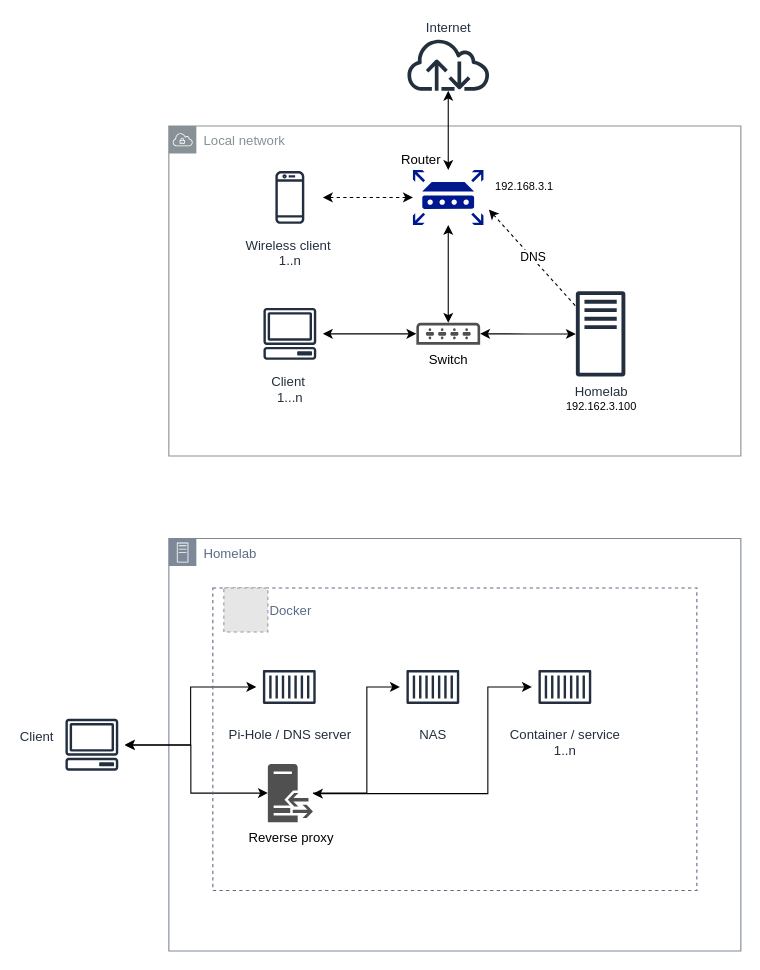
Earlier version of the draw.io diagram local_network.drawio (martimik/homelab-infrastructure-as-code). Source tidied: cells renumbered, new cells numbered last; positions are measured from the earlier drawing's top-left corner, leaving out a move shared by most shapes. Both pictures are drawn from the tidied source at 110%, with x=0, y=0 at pixel (58, 37). Pictures stored in the file or linked from it are replaced by grey dashed boxes.
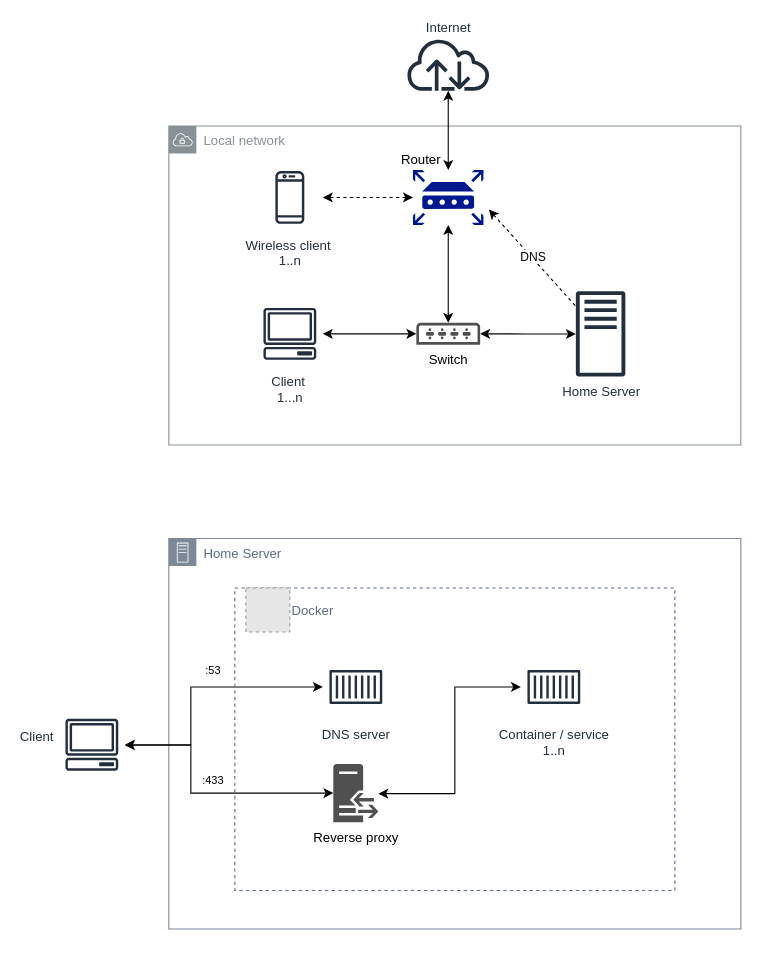
The same page after the edit.

Commit message (it also covers changes not shown here):
Add infratructure diagram image

The change refers to these unchanged cells:
```xml
<mxCell id="19" value="&lt;div&gt;Client&amp;nbsp;&lt;/div&gt;&lt;div&gt;&lt;br&gt;&lt;/div&gt;" style="sketch=0;outlineConnect=0;fontColor=#232F3E;gradientColor=none;strokeColor=#232F3E;fillColor=none;dashed=0;verticalLabelPosition=middle;verticalAlign=middle;align=right;html=1;fontSize=12;fontStyle=0;shape=mxgraph.aws4.resourceIcon;resIcon=mxgraph.aws4.client;labelPosition=left;" parent="1" vertex="1">
  <mxGeometry y="612.5" width="60" height="60" as="geometry" />
</mxCell>
```

The edit, as a diff of the source:
```diff
@@
     <mxCell id="2" value="&lt;div&gt;Local network&lt;/div&gt;" style="sketch=0;gradientColor=none;html=1;whiteSpace=wrap;fontSize=12;fontStyle=0;shape=mxgraph.aws4.group;grIcon=mxgraph.aws4.group_vpc;strokeColor=#879196;fillColor=none;verticalAlign=top;align=left;spacingLeft=30;fontColor=#879196;dashed=0;" parent="1" vertex="1">
-      <mxGeometry x="100" y="80" width="520" height="300" as="geometry" />
+      <mxGeometry x="100" y="80" width="520" height="290" as="geometry" />
     </mxCell>
@@
-    <mxCell id="13" value="&lt;div&gt;Homelab&lt;/div&gt;" style="sketch=0;outlineConnect=0;fontColor=#232F3E;gradientColor=none;fillColor=#232F3D;strokeColor=none;dashed=0;verticalLabelPosition=bottom;verticalAlign=top;align=center;html=1;fontSize=12;fontStyle=0;shape=mxgraph.aws4.traditional_server;" parent="1" vertex="1">
+    <mxCell id="13" value="&lt;div&gt;Home Server&lt;/div&gt;&lt;div&gt;&lt;br&gt;&lt;/div&gt;" style="sketch=0;outlineConnect=0;fontColor=#232F3E;gradientColor=none;fillColor=#232F3D;strokeColor=none;dashed=0;verticalLabelPosition=bottom;verticalAlign=top;align=center;html=1;fontSize=12;fontStyle=0;shape=mxgraph.aws4.traditional_server;" parent="1" vertex="1">
       <mxGeometry x="470" y="230" width="45" height="78" as="geometry" />
     </mxCell>
@@
-    <mxCell id="16" value="192.162.3.100" style="text;html=1;align=center;verticalAlign=middle;strokeColor=none;fillColor=none;fontSize=10;" parent="1" vertex="1">
-      <mxGeometry x="447.5" y="320" width="90" height="30" as="geometry" />
-    </mxCell>
-    <mxCell id="17" value="&lt;div style=&quot;font-size: 10px;&quot;&gt;192.168.3.1&lt;/div&gt;" style="text;html=1;align=center;verticalAlign=middle;strokeColor=none;fillColor=none;" parent="1" vertex="1">
-      <mxGeometry x="383" y="120" width="80" height="30" as="geometry" />
-    </mxCell>
-    <mxCell id="18" value="&lt;div&gt;Homelab&lt;/div&gt;" style="gradientColor=none;html=1;whiteSpace=wrap;fontSize=12;fontStyle=0;shape=mxgraph.aws4.group;grIcon=mxgraph.aws4.group_on_premise;strokeColor=#7D8998;fillColor=none;verticalAlign=top;align=left;spacingLeft=30;fontColor=#5A6C86;dashed=0;" parent="1" vertex="1">
-      <mxGeometry x="100" y="455" width="520" height="375" as="geometry" />
+    <mxCell id="18" value="Home Server" style="gradientColor=none;html=1;whiteSpace=wrap;fontSize=12;fontStyle=0;shape=mxgraph.aws4.group;grIcon=mxgraph.aws4.group_on_premise;strokeColor=#7D8998;fillColor=none;verticalAlign=top;align=left;spacingLeft=30;fontColor=#5A6C86;dashed=0;" parent="1" vertex="1">
+      <mxGeometry x="100" y="455" width="520" height="355" as="geometry" />
     </mxCell>
@@
     <mxCell id="20" style="edgeStyle=orthogonalEdgeStyle;rounded=0;jettySize=auto;html=1;startArrow=classic;startFill=1;" parent="1" edge="1" source="19" target="24">
-      <mxGeometry relative="1" as="geometry" />
+      <mxGeometry relative="1" as="geometry">
+        <Array as="points">
+          <mxPoint x="120" y="643" />
+          <mxPoint x="120" y="590" />
+        </Array>
+      </mxGeometry>
     </mxCell>
     <mxCell id="21" style="edgeStyle=orthogonalEdgeStyle;rounded=0;jettySize=auto;html=1;startArrow=classic;startFill=1;endArrow=classic;endFill=1;" parent="1" edge="1" source="26" target="19">
       <mxGeometry relative="1" as="geometry">
         <Array as="points">
-          <mxPoint x="120" y="687" />
+          <mxPoint x="120" y="686" />
           <mxPoint x="120" y="643" />
         </Array>
       </mxGeometry>
     </mxCell>
     <mxCell id="22" value="&lt;div style=&quot;padding-left: 50px; padding-top: 7px;&quot;&gt;Docker&lt;/div&gt;" style="fillColor=none;strokeColor=#5A6C86;dashed=1;verticalAlign=top;fontStyle=0;fontColor=#5A6C86;whiteSpace=wrap;html=1;align=left;" parent="1" vertex="1">
-      <mxGeometry x="140" y="500" width="440" height="275" as="geometry" />
+      <mxGeometry x="160" y="500" width="400" height="275" as="geometry" />
     </mxCell>
     <mxCell id="23" style="fillColor=#E6E6E6;strokeColor=#999999;dashed=1;html=1;verticalAlign=top;verticalLabelPosition=bottom;labelBackgroundColor=#ffffff;" parent="1" vertex="1">
-      <mxGeometry x="150" y="500" width="40" height="40" as="geometry" />
+      <mxGeometry x="170" y="500" width="40" height="40" as="geometry" />
     </mxCell>
-    <mxCell id="24" value="&lt;div&gt;Pi-Hole / DNS server&lt;/div&gt;&lt;div&gt;&lt;br&gt;&lt;/div&gt;" style="sketch=0;outlineConnect=0;fontColor=#232F3E;gradientColor=none;strokeColor=#232F3E;fillColor=none;dashed=0;verticalLabelPosition=bottom;verticalAlign=top;align=center;html=1;fontSize=12;fontStyle=0;shape=mxgraph.aws4.resourceIcon;resIcon=mxgraph.aws4.container_1;labelPosition=center;" parent="1" vertex="1">
-      <mxGeometry x="179.5" y="560" width="60" height="60" as="geometry" />
+    <mxCell id="24" value="&lt;div&gt;DNS server&lt;/div&gt;&lt;div&gt;&lt;br&gt;&lt;/div&gt;" style="sketch=0;outlineConnect=0;fontColor=#232F3E;gradientColor=none;strokeColor=#232F3E;fillColor=none;dashed=0;verticalLabelPosition=bottom;verticalAlign=top;align=center;html=1;fontSize=12;fontStyle=0;shape=mxgraph.aws4.resourceIcon;resIcon=mxgraph.aws4.container_1;labelPosition=center;" parent="1" vertex="1">
+      <mxGeometry x="240" y="560" width="60" height="60" as="geometry" />
     </mxCell>
-    <mxCell id="25" style="edgeStyle=orthogonalEdgeStyle;rounded=0;jettySize=auto;html=1;" parent="1" edge="1" source="26" target="27">
-      <mxGeometry relative="1" as="geometry">
-        <Array as="points">
-          <mxPoint x="280" y="687" />
-          <mxPoint x="280" y="590" />
-        </Array>
-      </mxGeometry>
-    </mxCell>
     <mxCell id="26" value="&lt;div&gt;Reverse proxy&lt;/div&gt;&lt;div&gt;&lt;br&gt;&lt;/div&gt;" style="sketch=0;shadow=0;dashed=0;html=1;strokeColor=none;fillColor=#505050;labelPosition=center;verticalLabelPosition=bottom;verticalAlign=top;outlineConnect=0;align=center;shape=mxgraph.office.servers.reverse_proxy;" parent="1" vertex="1">
-      <mxGeometry x="190" y="660" width="41" height="53" as="geometry" />
+      <mxGeometry x="249.5" y="660" width="41" height="53" as="geometry" />
     </mxCell>
-    <mxCell id="27" value="&lt;div&gt;NAS&lt;/div&gt;" style="sketch=0;outlineConnect=0;fontColor=#232F3E;gradientColor=none;strokeColor=#232F3E;fillColor=none;dashed=0;verticalLabelPosition=bottom;verticalAlign=top;align=center;html=1;fontSize=12;fontStyle=0;shape=mxgraph.aws4.resourceIcon;resIcon=mxgraph.aws4.container_1;labelPosition=center;" parent="1" vertex="1">
-      <mxGeometry x="310" y="560" width="60" height="60" as="geometry" />
-    </mxCell>
     <mxCell id="28" style="edgeStyle=orthogonalEdgeStyle;rounded=0;jettySize=auto;html=1;startArrow=classic;startFill=1;" parent="1" edge="1" source="29" target="26">
       <mxGeometry relative="1" as="geometry">
         <Array as="points">
-          <mxPoint x="390" y="590" />
-          <mxPoint x="390" y="687" />
+          <mxPoint x="360" y="590" />
+          <mxPoint x="360" y="687" />
         </Array>
       </mxGeometry>
     </mxCell>
     <mxCell id="29" value="&lt;div&gt;Container / service&lt;br&gt;1..n&lt;br&gt;&lt;/div&gt;" style="sketch=0;outlineConnect=0;fontColor=#232F3E;gradientColor=none;strokeColor=#232F3E;fillColor=none;dashed=0;verticalLabelPosition=bottom;verticalAlign=top;align=center;html=1;fontSize=12;fontStyle=0;shape=mxgraph.aws4.resourceIcon;resIcon=mxgraph.aws4.container_1;labelPosition=center;" parent="1" vertex="1">
-      <mxGeometry x="430" y="560" width="60" height="60" as="geometry" />
+      <mxGeometry x="420" y="560" width="60" height="60" as="geometry" />
     </mxCell>
+    <mxCell id="30" value="&lt;font style=&quot;font-size: 10px;&quot;&gt;:53&lt;/font&gt;" style="text;html=1;align=center;verticalAlign=middle;strokeColor=none;fillColor=none;" parent="1" vertex="1">
+      <mxGeometry x="120" y="560" width="40" height="30" as="geometry" />
+    </mxCell>
+    <mxCell id="31" value="&lt;font style=&quot;font-size: 10px;&quot;&gt;:433&lt;/font&gt;" style="text;html=1;align=center;verticalAlign=middle;strokeColor=none;fillColor=none;" parent="1" vertex="1">
+      <mxGeometry x="120" y="660" width="40" height="30" as="geometry" />
+    </mxCell>
```
